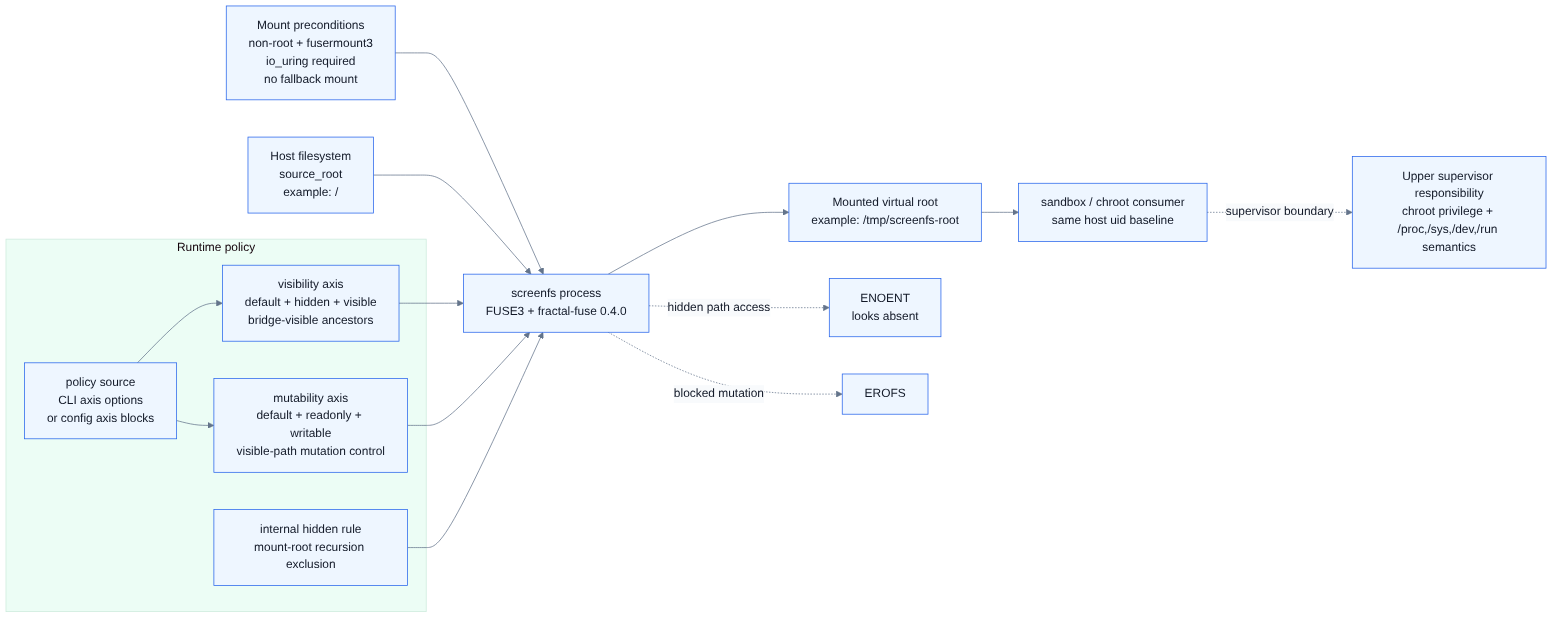
Before: docs/diagrams/system-context.png, a diagram exported from Mermaid (spi-ca/screenfs). Its source is kept beside it as docs/diagrams/system-context.mmd.
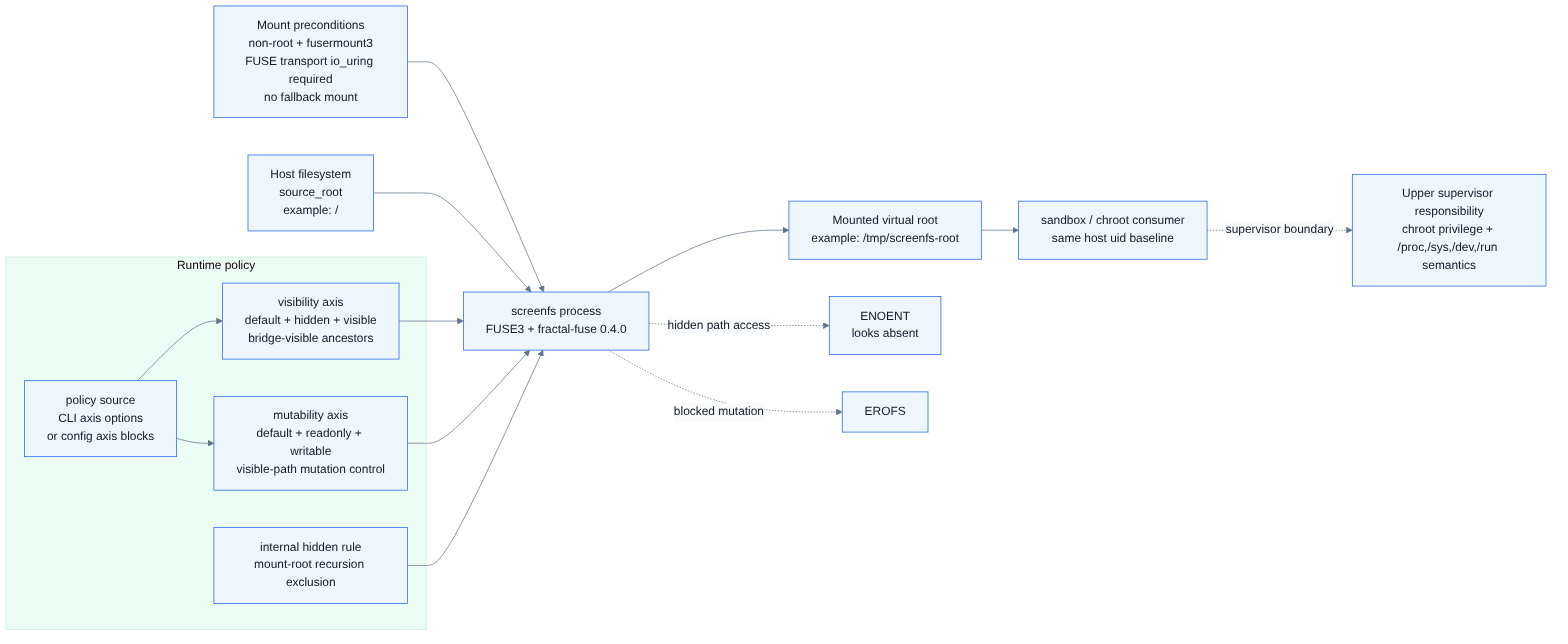
The same file after the commit.

Diff of the diagram source:
```diff
@@ -1,5 +1,5 @@
 flowchart LR
-    pre["Mount preconditions\nnon-root + fusermount3\nio_uring required\nno fallback mount"] --> mount["screenfs process\nFUSE3 + fractal-fuse 0.4.0"]
+    pre["Mount preconditions\nnon-root + fusermount3\nFUSE transport io_uring required\nno fallback mount"] --> mount["screenfs process\nFUSE3 + fractal-fuse 0.4.0"]
     host["Host filesystem\nsource_root\nexample: /"] --> mount
 
     subgraph policy["Runtime policy"]
```
